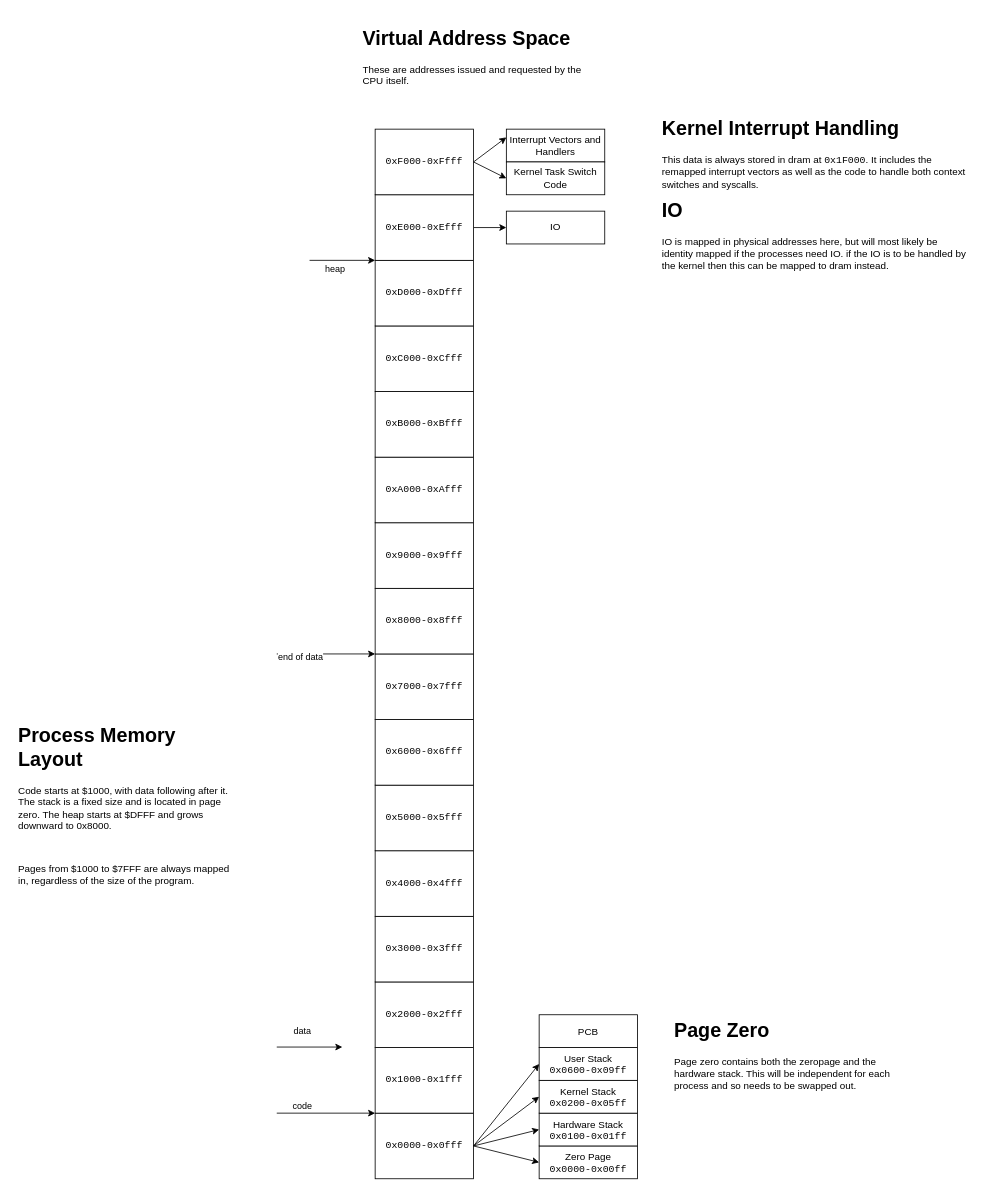
Before: doc/Process_Layout.drawio in bman12three4/super6502, a draw.io diagram. Source tidied: cells renumbered, new cells numbered last; positions are measured from the earlier drawing's top-left corner, leaving out a move shared by most shapes. Both pictures are drawn from the tidied source at 82%, with x=0, y=0 at pixel (14, 22).
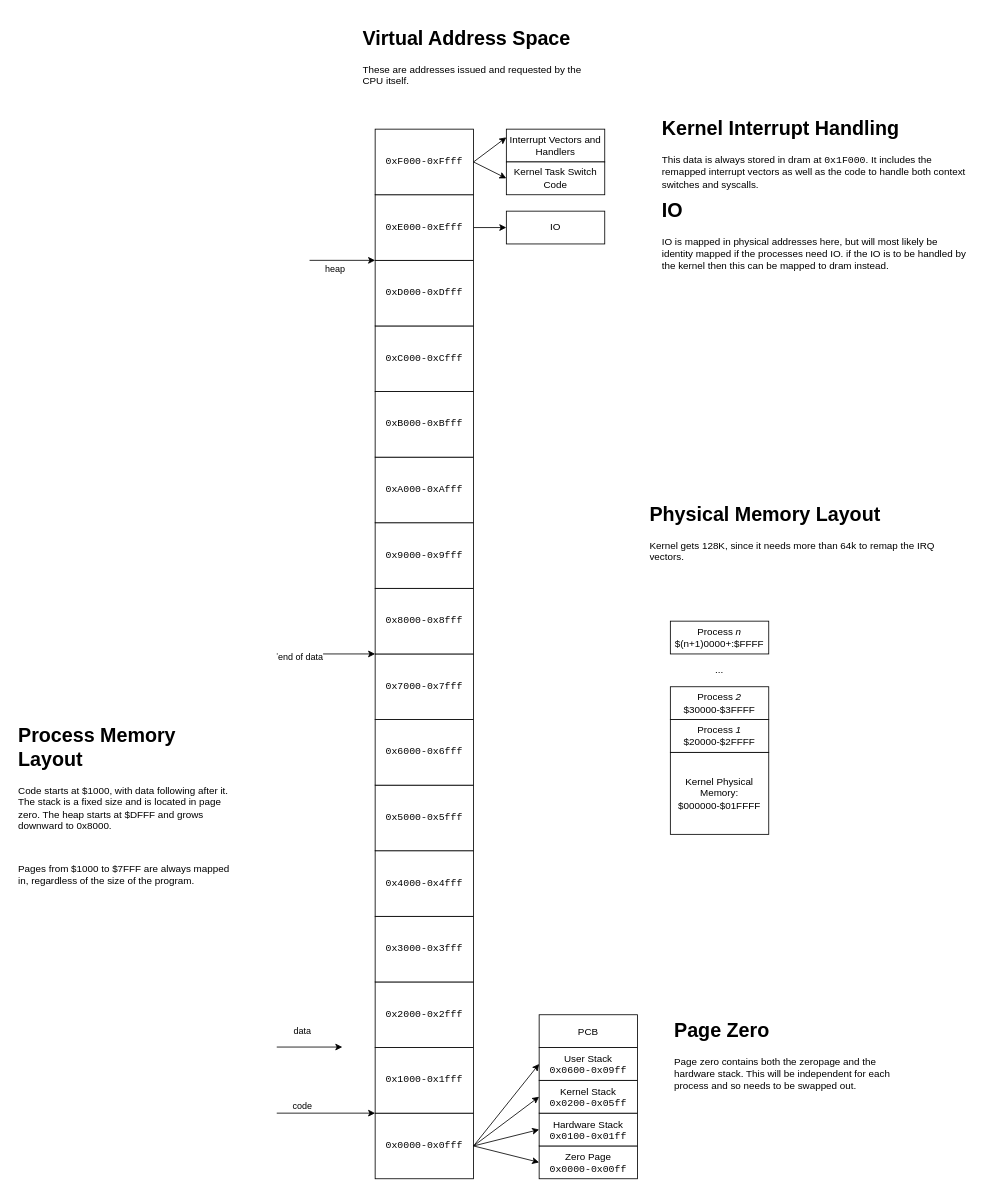
After the change.

Commit message (it also covers changes not shown here):
Add memory info

The edit, as a diff of the source:
```diff
@@
+    <mxCell id="46" value="Kernel Physical Memory:&lt;br&gt;$000000-$01FFFF" style="rounded=0;whiteSpace=wrap;html=1;" parent="1" vertex="1">
+      <mxGeometry x="800" y="890" width="120" height="100" as="geometry" />
+    </mxCell>
+    <mxCell id="47" value="Process &lt;i&gt;n&lt;/i&gt;&lt;br&gt;$(n+1)0000+:$FFFF" style="rounded=0;whiteSpace=wrap;html=1;" parent="1" vertex="1">
+      <mxGeometry x="800" y="730" width="120" height="40" as="geometry" />
+    </mxCell>
+    <mxCell id="48" value="Process &lt;i&gt;1&lt;/i&gt;&lt;br&gt;$20000-$2FFFF" style="rounded=0;whiteSpace=wrap;html=1;" parent="1" vertex="1">
+      <mxGeometry x="800" y="850" width="120" height="40" as="geometry" />
+    </mxCell>
+    <mxCell id="49" value="Process &lt;i&gt;2&lt;/i&gt;&lt;br&gt;$30000-$3FFFF" style="rounded=0;whiteSpace=wrap;html=1;" parent="1" vertex="1">
+      <mxGeometry x="800" y="810" width="120" height="40" as="geometry" />
+    </mxCell>
+    <mxCell id="50" value="..." style="text;html=1;strokeColor=none;fillColor=none;align=center;verticalAlign=middle;whiteSpace=wrap;rounded=0;" parent="1" vertex="1">
+      <mxGeometry x="830" y="770" width="60" height="40" as="geometry" />
+    </mxCell>
+    <mxCell id="51" value="&lt;h1&gt;Physical Memory Layout&lt;/h1&gt;&lt;p&gt;Kernel gets 128K, since it needs more than 64k to remap the IRQ vectors.&lt;/p&gt;" style="text;html=1;strokeColor=none;fillColor=none;spacing=5;spacingTop=-20;whiteSpace=wrap;overflow=hidden;rounded=0;" parent="1" vertex="1">
+      <mxGeometry x="770" y="580" width="370" height="120" as="geometry" />
+    </mxCell>
```
